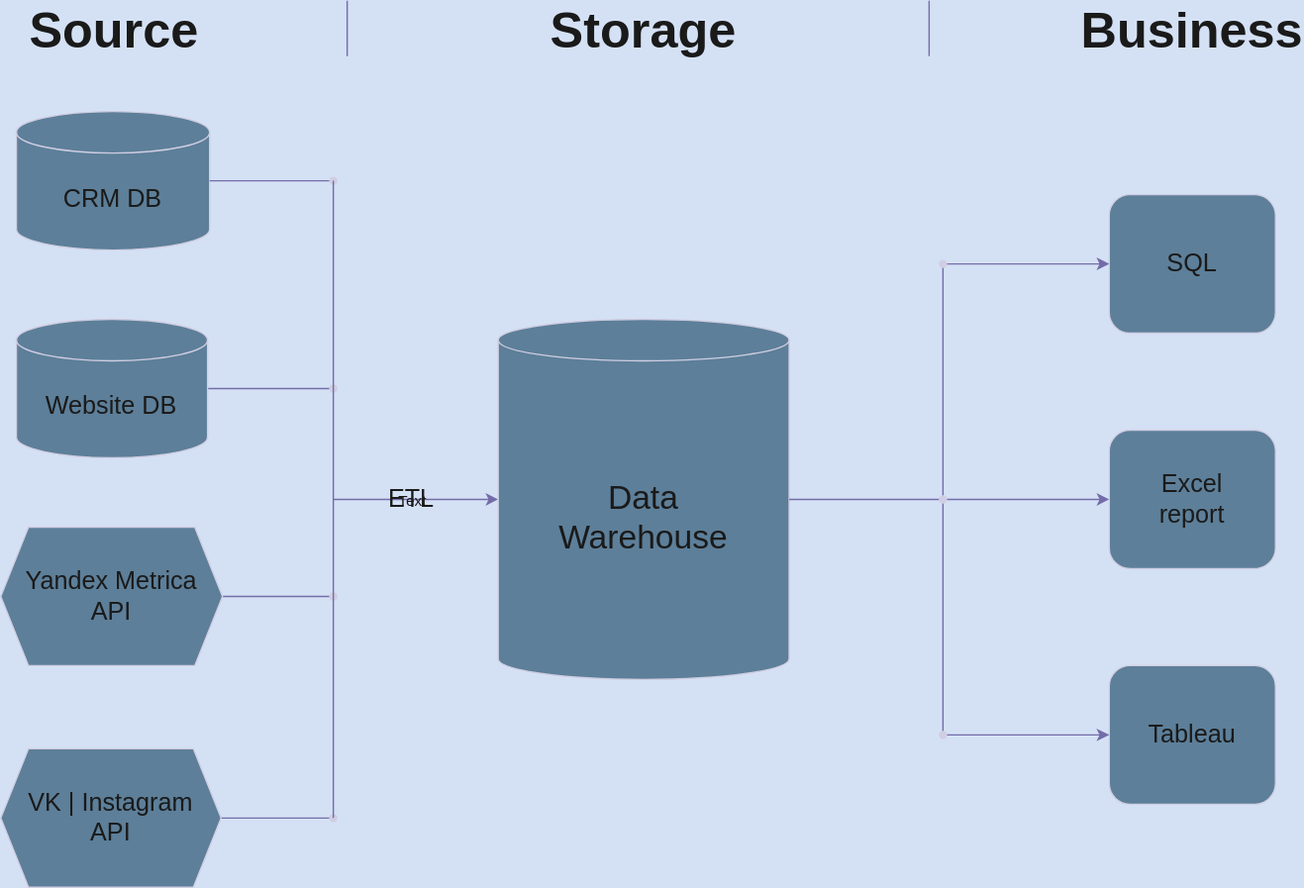
This is Module 1/Analytic solution architercture.drawio.svg from atsterq/DE-101, a draw.io export, as it was before one commit. Source tidied: cells renumbered, new cells last; positions are measured from the earlier drawing's top-left corner, leaving out a move shared by most shapes.
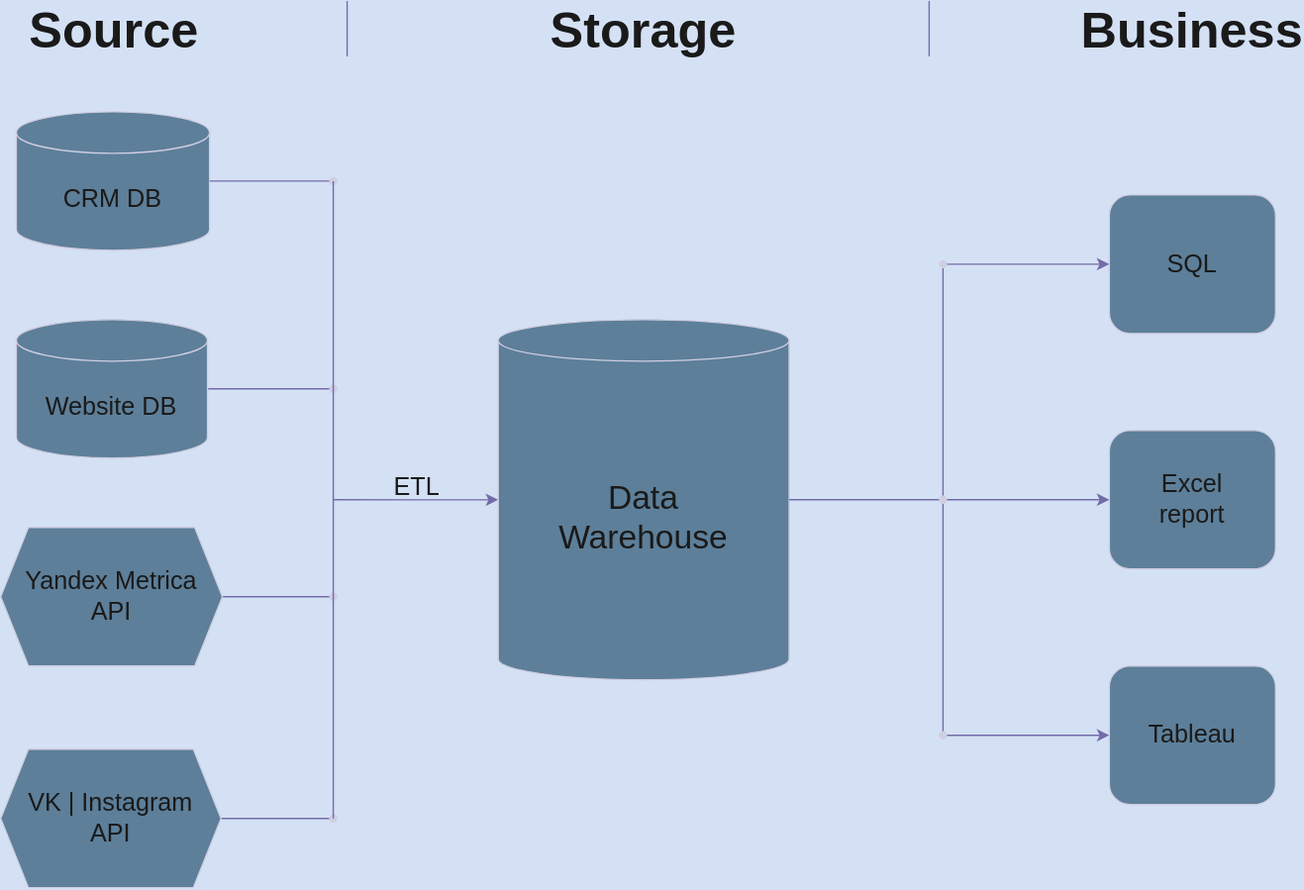
Later version of the same file.

Diff of the diagram source:
```diff
@@ -52,11 +52,10 @@
         <mxPoint x="240" y="360" as="targetPoint" />
       </mxGeometry>
     </mxCell>
-    <mxCell id="15" value="Text" style="edgeLabel;html=1;align=center;verticalAlign=middle;labelBackgroundColor=none;fontColor=#1A1A1A;" parent="14" vertex="1">
-      <mxGeometry x="0.05" relative="1" as="geometry" />
-    </mxCell>
     <mxCell id="16" value="&lt;font style=&quot;font-size: 18px;&quot;&gt;ETL&lt;/font&gt;" style="edgeLabel;html=1;align=center;verticalAlign=middle;labelBackgroundColor=none;fontColor=#1A1A1A;" parent="14" vertex="1">
-      <mxGeometry x="0.07" y="-1" relative="1" as="geometry" />
+      <mxGeometry x="0.07" y="-1" relative="1" as="geometry">
+        <mxPoint x="5" y="-9" as="offset" />
+      </mxGeometry>
     </mxCell>
     <mxCell id="17" value="&lt;font style=&quot;font-size: 24px;&quot;&gt;Data&lt;br&gt;Warehouse&lt;/font&gt;" style="shape=cylinder3;whiteSpace=wrap;html=1;boundedLbl=1;backgroundOutline=1;size=15;labelBackgroundColor=none;fillColor=#5D7F99;strokeColor=#D0CEE2;fontColor=#1A1A1A;" parent="1" vertex="1">
       <mxGeometry x="359" y="230" width="210" height="260" as="geometry" />
```
